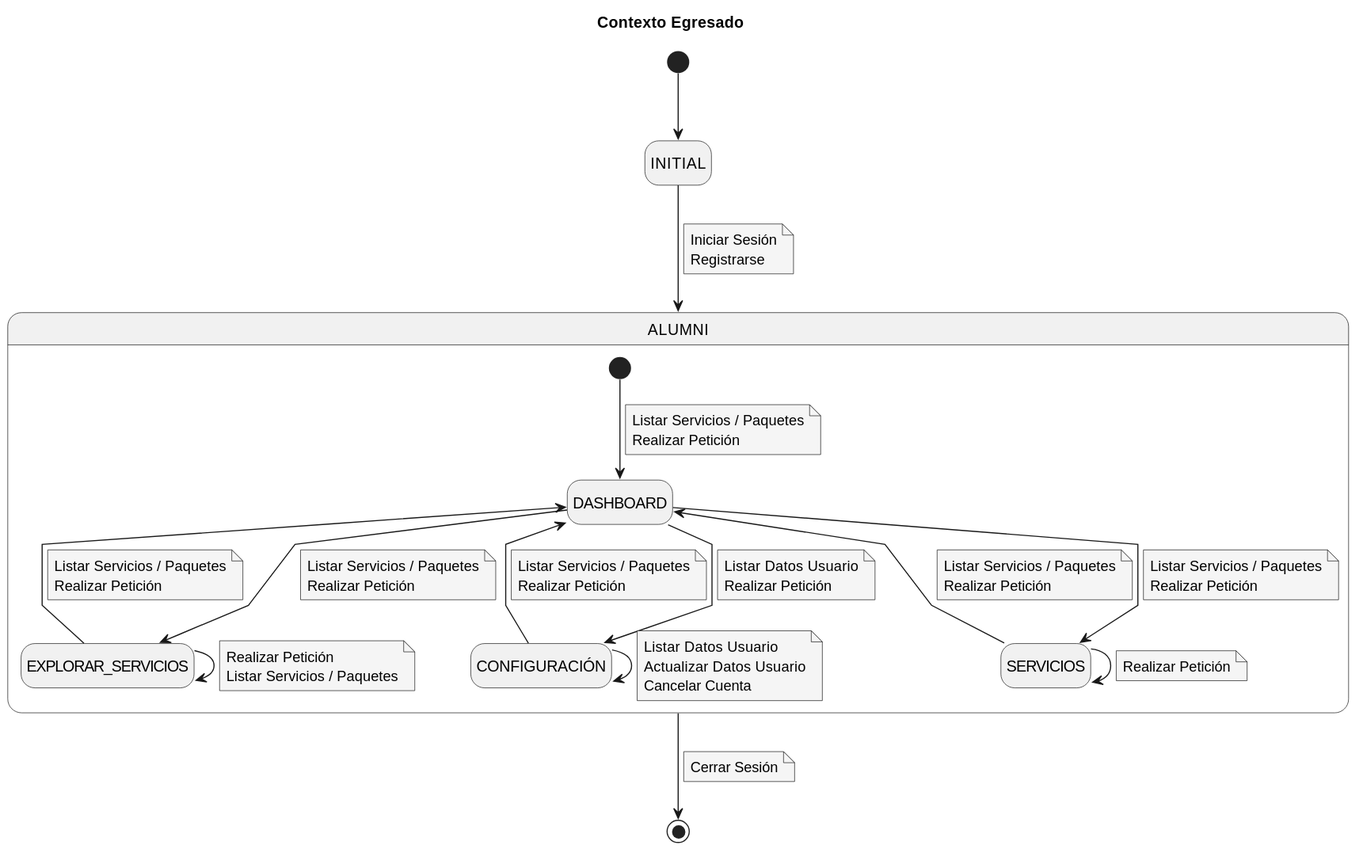
This is Caso_de_Uso/Contexto/Egresado/Contexto.svg from mmasias/23-24-IdSw1-SDR, a PlantUML export, as it was before one commit. The source it was exported from:
```plantuml
@startuml Contexto
title Contexto Egresado

skinparam {
    NoteBackgroundColor #whiteSmoke
    NoteBorderColor #green
    linetype polyline
}

hide empty description

[*] --> INITIAL
INITIAL --> Alumni
note on link
Iniciar Sesión
Registrarse
end note
Alumni --> [*]
note on link
Cerrar Sesión
end note

state Alumni as "ALUMNI" {
    [*] --> DASHBOARD
    note on link
    Listar Servicios / Paquetes
    Realizar Petición
    end note

    DASHBOARD --> EXPLORAR_SERVICIOS
    note on link
    Listar Servicios / Paquetes
    Realizar Petición
    end note
    DASHBOARD <-- EXPLORAR_SERVICIOS
    note on link
    Listar Servicios / Paquetes
    Realizar Petición
    end note
    DASHBOARD --> CONFIGURACIÓN
    note on link
    Listar Datos Usuario
    Realizar Petición
    end note
    DASHBOARD <-- CONFIGURACIÓN
    note on link
    Listar Servicios / Paquetes
    Realizar Petición
    end note
    DASHBOARD --> SERVICIOS
    note on link
    Listar Servicios / Paquetes
    Realizar Petición
    end note
    DASHBOARD <-- SERVICIOS
    note on link
    Listar Servicios / Paquetes
    Realizar Petición
    end note

    EXPLORAR_SERVICIOS --> EXPLORAR_SERVICIOS
    note on link
    Realizar Petición
    Listar Servicios / Paquetes
    end note
    CONFIGURACIÓN --> CONFIGURACIÓN
    note on link
    Listar Datos Usuario
    Actualizar Datos Usuario
    Cancelar Cuenta
    end note
    SERVICIOS --> SERVICIOS
    note on link
    Realizar Petición
    end note
}

@enduml
```
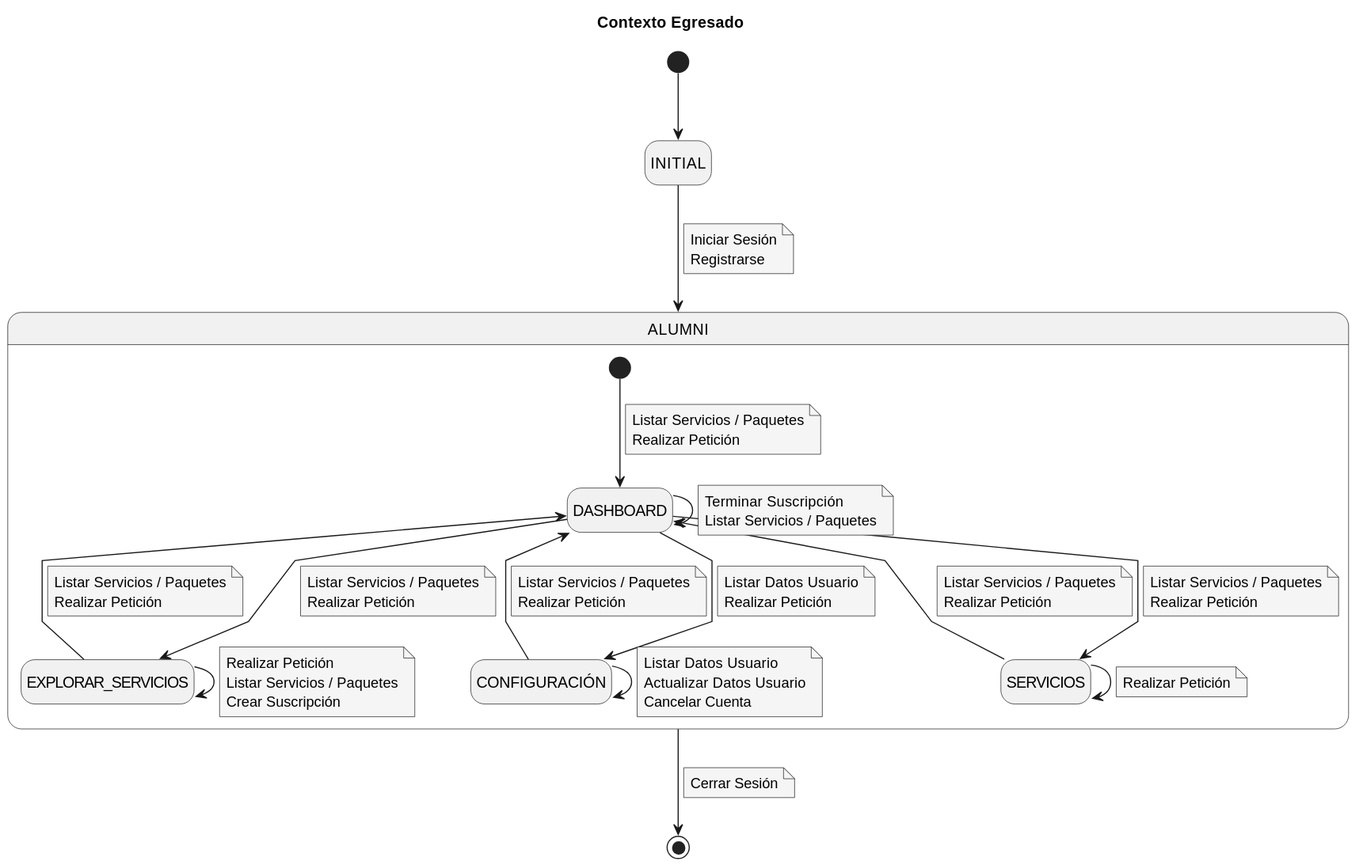
After the commit.

Diff of the diagram source:
```diff
@@ -58,10 +58,17 @@
     Realizar Petición
     end note
 
+    DASHBOARD --> DASHBOARD
+    note on link
+    Terminar Suscripción
+    Listar Servicios / Paquetes
+    end note
+
     EXPLORAR_SERVICIOS --> EXPLORAR_SERVICIOS
     note on link
     Realizar Petición
     Listar Servicios / Paquetes
+    Crear Suscripción
     end note
     CONFIGURACIÓN --> CONFIGURACIÓN
     note on link
```
